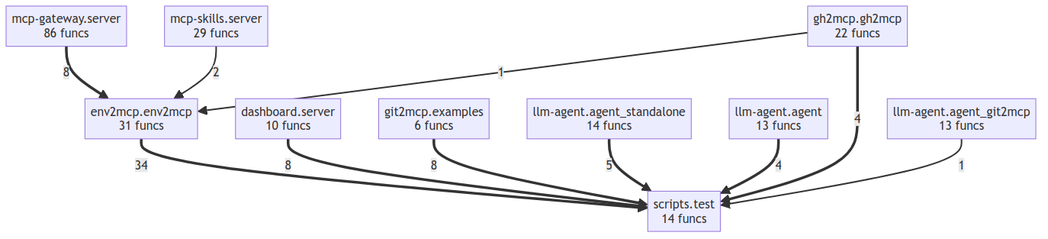
This is project/compact_flow.png from semcod/mcp, a Mermaid export, as it was before one commit. Its source is kept beside it as project/compact_flow.mmd.
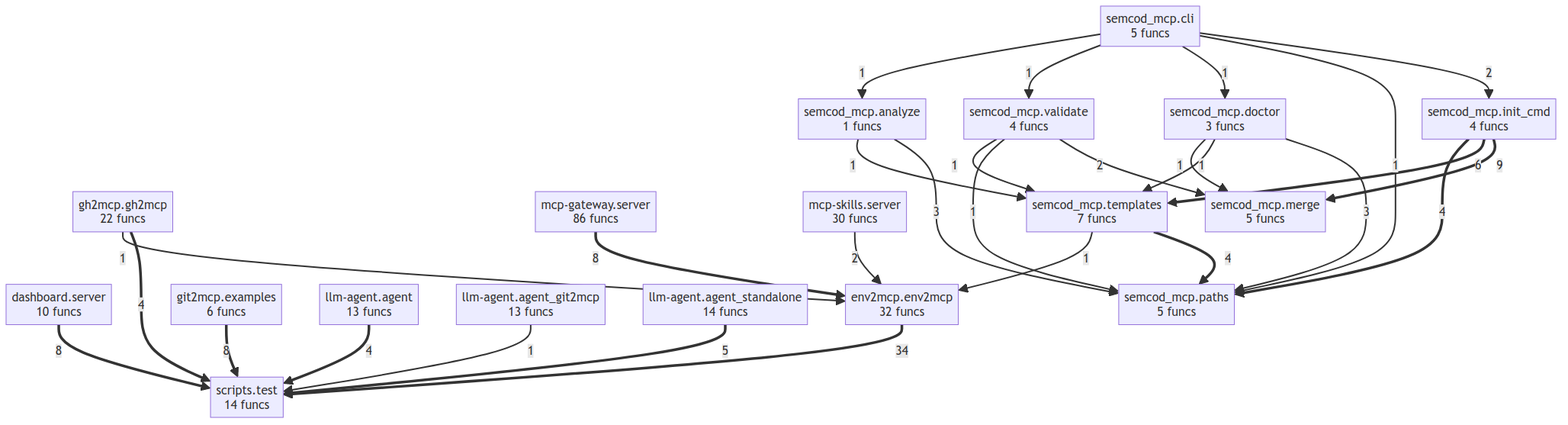
Above is the later version.

Change to the diagram source:
```diff
@@ -1,21 +1,47 @@
 flowchart TD
     dashboard__server["dashboard.server<br/>10 funcs"]
-    env2mcp__env2mcp["env2mcp.env2mcp<br/>31 funcs"]
+    env2mcp__env2mcp["env2mcp.env2mcp<br/>32 funcs"]
     gh2mcp__gh2mcp["gh2mcp.gh2mcp<br/>22 funcs"]
     git2mcp__examples["git2mcp.examples<br/>6 funcs"]
     llm_agent__agent["llm-agent.agent<br/>13 funcs"]
     llm_agent__agent_git2mcp["llm-agent.agent_git2mcp<br/>13 funcs"]
     llm_agent__agent_standalone["llm-agent.agent_standalone<br/>14 funcs"]
     mcp_gateway__server["mcp-gateway.server<br/>86 funcs"]
-    mcp_skills__server["mcp-skills.server<br/>29 funcs"]
+    mcp_skills__server["mcp-skills.server<br/>30 funcs"]
     scripts__test["scripts.test<br/>14 funcs"]
+    semcod_mcp__analyze["semcod_mcp.analyze<br/>1 funcs"]
+    semcod_mcp__cli["semcod_mcp.cli<br/>5 funcs"]
+    semcod_mcp__doctor["semcod_mcp.doctor<br/>3 funcs"]
+    semcod_mcp__init_cmd["semcod_mcp.init_cmd<br/>4 funcs"]
+    semcod_mcp__merge["semcod_mcp.merge<br/>5 funcs"]
+    semcod_mcp__paths["semcod_mcp.paths<br/>5 funcs"]
+    semcod_mcp__templates["semcod_mcp.templates<br/>7 funcs"]
+    semcod_mcp__validate["semcod_mcp.validate<br/>4 funcs"]
     env2mcp__env2mcp ==>|34| scripts__test
+    semcod_mcp__init_cmd ==>|9| semcod_mcp__merge
+    git2mcp__examples ==>|8| scripts__test
     dashboard__server ==>|8| scripts__test
-    git2mcp__examples ==>|8| scripts__test
     mcp_gateway__server ==>|8| env2mcp__env2mcp
+    semcod_mcp__init_cmd ==>|6| semcod_mcp__templates
     llm_agent__agent_standalone ==>|5| scripts__test
+    gh2mcp__gh2mcp ==>|4| scripts__test
+    semcod_mcp__templates ==>|4| semcod_mcp__paths
+    semcod_mcp__init_cmd ==>|4| semcod_mcp__paths
     llm_agent__agent ==>|4| scripts__test
-    gh2mcp__gh2mcp ==>|4| scripts__test
+    semcod_mcp__analyze -->|3| semcod_mcp__paths
+    semcod_mcp__doctor -->|3| semcod_mcp__paths
+    semcod_mcp__cli -->|2| semcod_mcp__init_cmd
+    semcod_mcp__validate -->|2| semcod_mcp__merge
     mcp_skills__server -->|2| env2mcp__env2mcp
+    semcod_mcp__cli -->|1| semcod_mcp__paths
+    semcod_mcp__cli -->|1| semcod_mcp__doctor
+    semcod_mcp__cli -->|1| semcod_mcp__validate
+    semcod_mcp__cli -->|1| semcod_mcp__analyze
+    semcod_mcp__analyze -->|1| semcod_mcp__templates
+    semcod_mcp__doctor -->|1| semcod_mcp__templates
+    semcod_mcp__doctor -->|1| semcod_mcp__merge
+    gh2mcp__gh2mcp -->|1| env2mcp__env2mcp
+    semcod_mcp__validate -->|1| semcod_mcp__paths
+    semcod_mcp__validate -->|1| semcod_mcp__templates
+    semcod_mcp__templates -->|1| env2mcp__env2mcp
     llm_agent__agent_git2mcp -->|1| scripts__test
-    gh2mcp__gh2mcp -->|1| env2mcp__env2mcp
```
